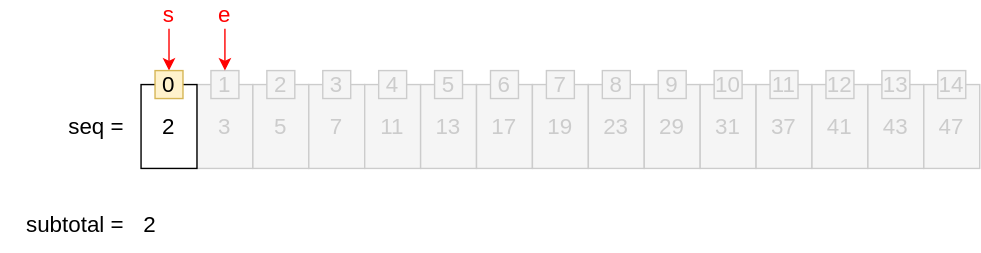
The draw.io diagram img/algorithm/algorithm-1020-01-01-00.svg in zininote/zininote.github.io, before a commit. Source tidied: cells renumbered, new cells last; positions are measured from the earlier drawing's top-left corner, leaving out a move shared by most shapes.
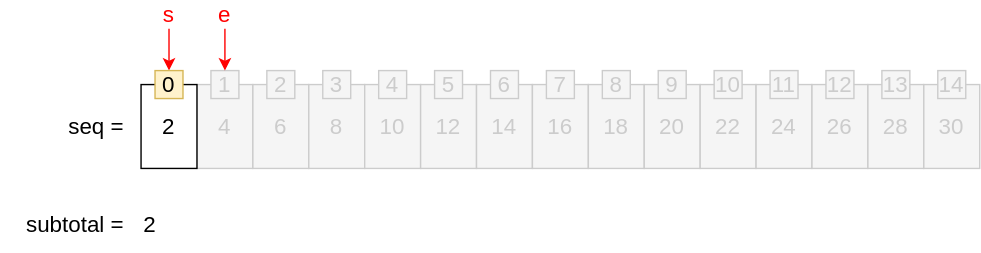
Later version of the same file.

What changed in the source:
```diff
@@ -2,46 +2,46 @@
   <root>
     <mxCell id="0" />
     <mxCell id="1" parent="0" />
-    <mxCell id="2" value="3" style="rounded=0;whiteSpace=wrap;html=1;fontSize=16;fillColor=#f5f5f5;strokeColor=#cccccc;fontColor=#cccccc;" parent="1" vertex="1">
+    <mxCell id="2" value="4" style="rounded=0;whiteSpace=wrap;html=1;fontSize=16;fillColor=#f5f5f5;strokeColor=#cccccc;fontColor=#cccccc;" parent="1" vertex="1">
       <mxGeometry x="140" y="60" width="40" height="60" as="geometry" />
     </mxCell>
-    <mxCell id="3" value="5" style="rounded=0;whiteSpace=wrap;html=1;fontSize=16;fillColor=#f5f5f5;strokeColor=#cccccc;fontColor=#cccccc;" parent="1" vertex="1">
+    <mxCell id="3" value="6" style="rounded=0;whiteSpace=wrap;html=1;fontSize=16;fillColor=#f5f5f5;strokeColor=#cccccc;fontColor=#cccccc;" parent="1" vertex="1">
       <mxGeometry x="180" y="60" width="40" height="60" as="geometry" />
     </mxCell>
-    <mxCell id="4" value="7" style="rounded=0;whiteSpace=wrap;html=1;fontSize=16;fillColor=#f5f5f5;strokeColor=#cccccc;fontColor=#cccccc;" parent="1" vertex="1">
+    <mxCell id="4" value="8" style="rounded=0;whiteSpace=wrap;html=1;fontSize=16;fillColor=#f5f5f5;strokeColor=#cccccc;fontColor=#cccccc;" parent="1" vertex="1">
       <mxGeometry x="220" y="60" width="40" height="60" as="geometry" />
     </mxCell>
-    <mxCell id="5" value="11" style="rounded=0;whiteSpace=wrap;html=1;fontSize=16;fillColor=#f5f5f5;strokeColor=#cccccc;fontColor=#cccccc;" parent="1" vertex="1">
+    <mxCell id="5" value="10" style="rounded=0;whiteSpace=wrap;html=1;fontSize=16;fillColor=#f5f5f5;strokeColor=#cccccc;fontColor=#cccccc;" parent="1" vertex="1">
       <mxGeometry x="260" y="60" width="40" height="60" as="geometry" />
     </mxCell>
-    <mxCell id="6" value="13" style="rounded=0;whiteSpace=wrap;html=1;fontSize=16;fillColor=#f5f5f5;strokeColor=#cccccc;fontColor=#cccccc;" parent="1" vertex="1">
+    <mxCell id="6" value="12" style="rounded=0;whiteSpace=wrap;html=1;fontSize=16;fillColor=#f5f5f5;strokeColor=#cccccc;fontColor=#cccccc;" parent="1" vertex="1">
       <mxGeometry x="300" y="60" width="40" height="60" as="geometry" />
     </mxCell>
-    <mxCell id="7" value="17" style="rounded=0;whiteSpace=wrap;html=1;fontSize=16;fillColor=#f5f5f5;strokeColor=#cccccc;fontColor=#cccccc;" parent="1" vertex="1">
+    <mxCell id="7" value="14" style="rounded=0;whiteSpace=wrap;html=1;fontSize=16;fillColor=#f5f5f5;strokeColor=#cccccc;fontColor=#cccccc;" parent="1" vertex="1">
       <mxGeometry x="340" y="60" width="40" height="60" as="geometry" />
     </mxCell>
-    <mxCell id="8" value="19" style="rounded=0;whiteSpace=wrap;html=1;fontSize=16;fillColor=#f5f5f5;strokeColor=#cccccc;fontColor=#cccccc;" parent="1" vertex="1">
+    <mxCell id="8" value="16" style="rounded=0;whiteSpace=wrap;html=1;fontSize=16;fillColor=#f5f5f5;strokeColor=#cccccc;fontColor=#cccccc;" parent="1" vertex="1">
       <mxGeometry x="380" y="60" width="40" height="60" as="geometry" />
     </mxCell>
-    <mxCell id="9" value="23" style="rounded=0;whiteSpace=wrap;html=1;fontSize=16;fillColor=#f5f5f5;strokeColor=#cccccc;fontColor=#cccccc;" parent="1" vertex="1">
+    <mxCell id="9" value="18" style="rounded=0;whiteSpace=wrap;html=1;fontSize=16;fillColor=#f5f5f5;strokeColor=#cccccc;fontColor=#cccccc;" parent="1" vertex="1">
       <mxGeometry x="420" y="60" width="40" height="60" as="geometry" />
     </mxCell>
-    <mxCell id="10" value="29" style="rounded=0;whiteSpace=wrap;html=1;fontSize=16;fillColor=#f5f5f5;strokeColor=#cccccc;fontColor=#cccccc;" parent="1" vertex="1">
+    <mxCell id="10" value="20" style="rounded=0;whiteSpace=wrap;html=1;fontSize=16;fillColor=#f5f5f5;strokeColor=#cccccc;fontColor=#cccccc;" parent="1" vertex="1">
       <mxGeometry x="460" y="60" width="40" height="60" as="geometry" />
     </mxCell>
-    <mxCell id="11" value="31" style="rounded=0;whiteSpace=wrap;html=1;fontSize=16;fillColor=#f5f5f5;strokeColor=#cccccc;fontColor=#cccccc;" parent="1" vertex="1">
+    <mxCell id="11" value="22" style="rounded=0;whiteSpace=wrap;html=1;fontSize=16;fillColor=#f5f5f5;strokeColor=#cccccc;fontColor=#cccccc;" parent="1" vertex="1">
       <mxGeometry x="500" y="60" width="40" height="60" as="geometry" />
     </mxCell>
-    <mxCell id="12" value="37" style="rounded=0;whiteSpace=wrap;html=1;fontSize=16;fillColor=#f5f5f5;strokeColor=#cccccc;fontColor=#cccccc;" parent="1" vertex="1">
+    <mxCell id="12" value="24" style="rounded=0;whiteSpace=wrap;html=1;fontSize=16;fillColor=#f5f5f5;strokeColor=#cccccc;fontColor=#cccccc;" parent="1" vertex="1">
       <mxGeometry x="540" y="60" width="40" height="60" as="geometry" />
     </mxCell>
-    <mxCell id="13" value="41" style="rounded=0;whiteSpace=wrap;html=1;fontSize=16;fillColor=#f5f5f5;strokeColor=#cccccc;fontColor=#cccccc;" parent="1" vertex="1">
+    <mxCell id="13" value="26" style="rounded=0;whiteSpace=wrap;html=1;fontSize=16;fillColor=#f5f5f5;strokeColor=#cccccc;fontColor=#cccccc;" parent="1" vertex="1">
       <mxGeometry x="580" y="60" width="40" height="60" as="geometry" />
     </mxCell>
-    <mxCell id="14" value="43" style="rounded=0;whiteSpace=wrap;html=1;fontSize=16;fillColor=#f5f5f5;strokeColor=#cccccc;fontColor=#cccccc;" parent="1" vertex="1">
+    <mxCell id="14" value="28" style="rounded=0;whiteSpace=wrap;html=1;fontSize=16;fillColor=#f5f5f5;strokeColor=#cccccc;fontColor=#cccccc;" parent="1" vertex="1">
       <mxGeometry x="620" y="60" width="40" height="60" as="geometry" />
     </mxCell>
-    <mxCell id="15" value="47" style="rounded=0;whiteSpace=wrap;html=1;fontSize=16;fillColor=#f5f5f5;strokeColor=#cccccc;fontColor=#cccccc;" parent="1" vertex="1">
+    <mxCell id="15" value="30" style="rounded=0;whiteSpace=wrap;html=1;fontSize=16;fillColor=#f5f5f5;strokeColor=#cccccc;fontColor=#cccccc;" parent="1" vertex="1">
       <mxGeometry x="660" y="60" width="40" height="60" as="geometry" />
     </mxCell>
     <mxCell id="16" value="&lt;span style=&quot;font-size: 16px&quot;&gt;1&lt;/span&gt;" style="text;html=1;fillColor=#f5f5f5;align=center;verticalAlign=middle;whiteSpace=wrap;rounded=0;strokeColor=#cccccc;fontColor=#cccccc;" parent="1" vertex="1">
```
